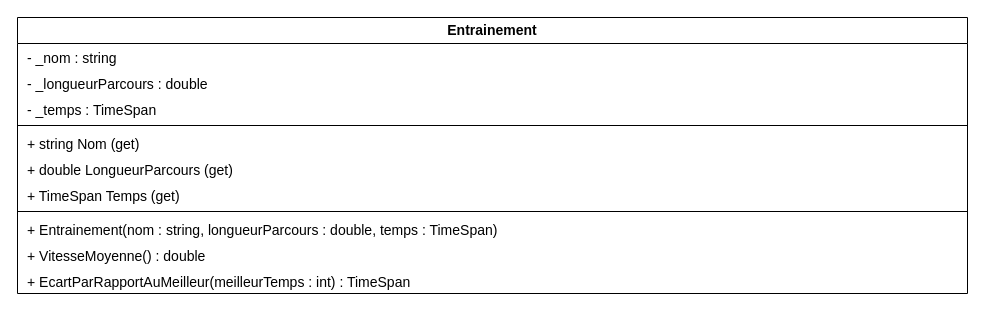
Earlier version of the draw.io diagram 6TTI_Entrainement_DPMAEL/Entrainement.drawio (mgamsdve/6TTI_DayaniPoty_Mael-UAA14). Source tidied: cells renumbered, new cells numbered last; positions are measured from the earlier drawing's top-left corner, leaving out a move shared by most shapes. Both pictures are drawn from the tidied source at 100%, with x=0, y=0 at pixel (17, 17).
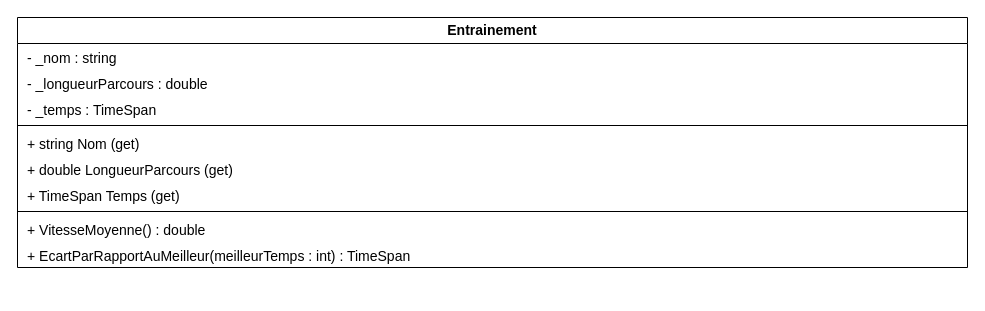
The same page after the edit.

Commit message (it also covers changes not shown here):
Mise à jour des diagrammes UML

Change to the diagram source:
```diff
@@
 <mxGraphModel>
   <root>
     <mxCell id="0" />
     <mxCell id="1" parent="0" />
     <mxCell id="2" value="Entrainement" style="swimlane;fontStyle=1;align=center;horizontal=1;startSize=26;whiteSpace=wrap;html=1;fontSize=14;" parent="1" vertex="1">
-      <mxGeometry width="950" height="276" as="geometry" />
+      <mxGeometry width="950" height="250" as="geometry" />
     </mxCell>
     <mxCell id="3" value="- _nom : string" style="text;strokeColor=none;fillColor=none;align=left;spacingLeft=8;whiteSpace=wrap;html=1;fontSize=14;" parent="2" vertex="1">
       <mxGeometry y="26" width="950" height="26" as="geometry" />
     </mxCell>
     <mxCell id="4" value="- _longueurParcours : double" style="text;strokeColor=none;fillColor=none;align=left;spacingLeft=8;whiteSpace=wrap;html=1;fontSize=14;" parent="2" vertex="1">
       <mxGeometry y="52" width="950" height="26" as="geometry" />
     </mxCell>
     <mxCell id="5" value="- _temps : TimeSpan" style="text;strokeColor=none;fillColor=none;align=left;spacingLeft=8;whiteSpace=wrap;html=1;fontSize=14;" parent="2" vertex="1">
       <mxGeometry y="78" width="950" height="26" as="geometry" />
     </mxCell>
     <mxCell id="6" style="line;strokeWidth=1;strokeColor=inherit;" parent="2" vertex="1">
       <mxGeometry y="104" width="950" height="8" as="geometry" />
     </mxCell>
     <mxCell id="7" value="+ string Nom (get)" style="text;strokeColor=none;fillColor=none;align=left;spacingLeft=8;whiteSpace=wrap;html=1;fontSize=14;" parent="2" vertex="1">
       <mxGeometry y="112" width="950" height="26" as="geometry" />
     </mxCell>
     <mxCell id="8" value="+ double LongueurParcours (get)" style="text;strokeColor=none;fillColor=none;align=left;spacingLeft=8;whiteSpace=wrap;html=1;fontSize=14;" parent="2" vertex="1">
       <mxGeometry y="138" width="950" height="26" as="geometry" />
     </mxCell>
     <mxCell id="9" value="+ TimeSpan Temps (get)" style="text;strokeColor=none;fillColor=none;align=left;spacingLeft=8;whiteSpace=wrap;html=1;fontSize=14;" parent="2" vertex="1">
       <mxGeometry y="164" width="950" height="26" as="geometry" />
     </mxCell>
     <mxCell id="10" style="line;strokeWidth=1;strokeColor=inherit;" parent="2" vertex="1">
       <mxGeometry y="190" width="950" height="8" as="geometry" />
     </mxCell>
-    <mxCell id="11" value="+ Entrainement(nom : string, longueurParcours : double, temps : TimeSpan)" style="text;strokeColor=none;fillColor=none;align=left;spacingLeft=8;whiteSpace=wrap;html=1;fontSize=14;" parent="2" vertex="1">
-      <mxGeometry y="198" width="950" height="26" as="geometry" />
-    </mxCell>
     <mxCell id="12" value="+ VitesseMoyenne() : double" style="text;strokeColor=none;fillColor=none;align=left;spacingLeft=8;whiteSpace=wrap;html=1;fontSize=14;" parent="2" vertex="1">
-      <mxGeometry y="224" width="950" height="26" as="geometry" />
+      <mxGeometry y="198" width="950" height="26" as="geometry" />
     </mxCell>
     <mxCell id="13" value="+ EcartParRapportAuMeilleur(meilleurTemps : int) : TimeSpan" style="text;strokeColor=none;fillColor=none;align=left;spacingLeft=8;whiteSpace=wrap;html=1;fontSize=14;" parent="2" vertex="1">
-      <mxGeometry y="250" width="950" height="26" as="geometry" />
+      <mxGeometry y="224" width="950" height="26" as="geometry" />
     </mxCell>
   </root>
 </mxGraphModel>
```
